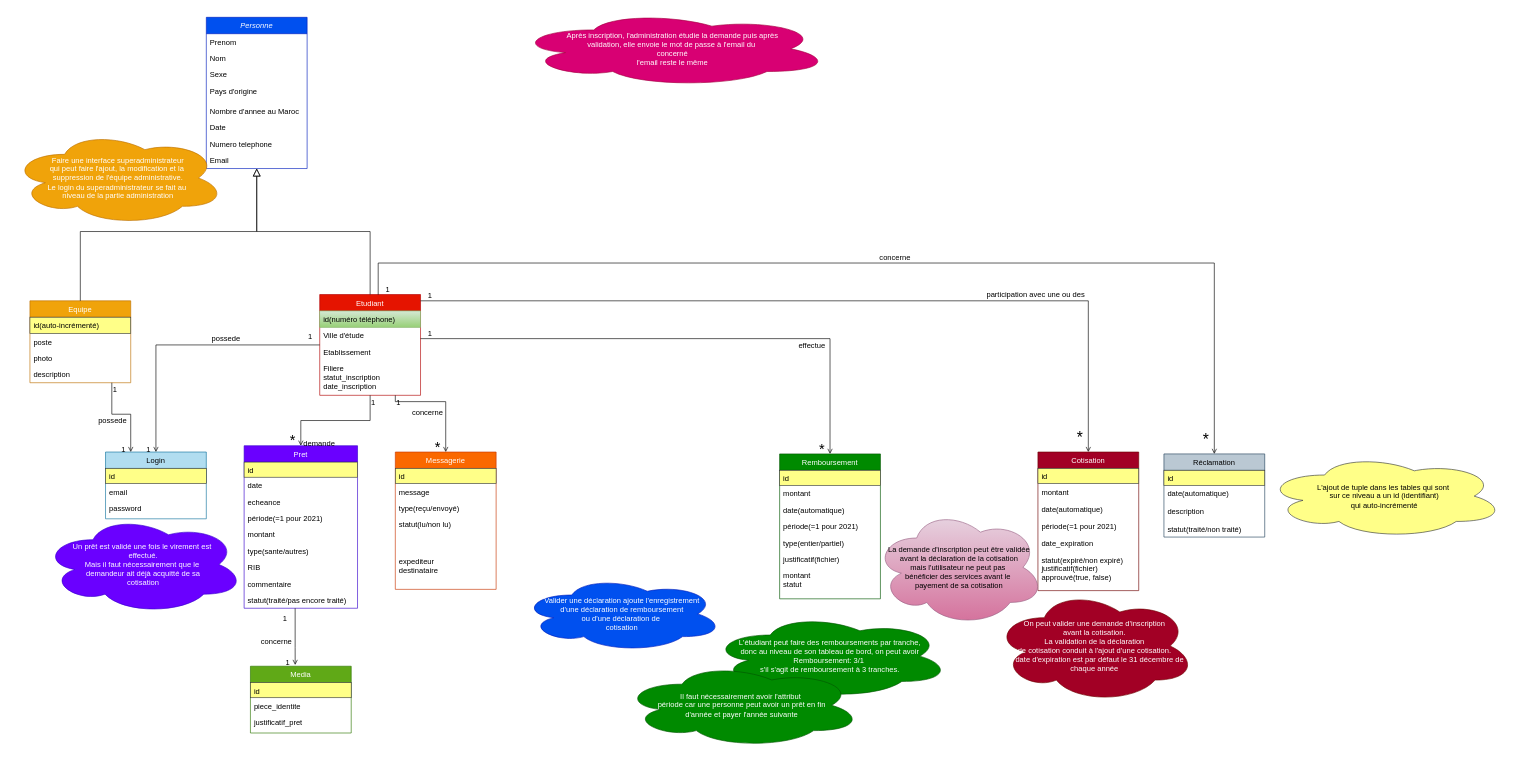
The draw.io diagram page "Page-1" (1 of 2) of draw.drawio in ambou-97/Sutura, before the edit. Source tidied: cells renumbered, new cells numbered last; positions are measured from the earlier drawing's top-left corner, leaving out a move shared by most shapes. Both pictures are drawn from the tidied source at 63%, with x=0, y=0 at pixel (11, 11).
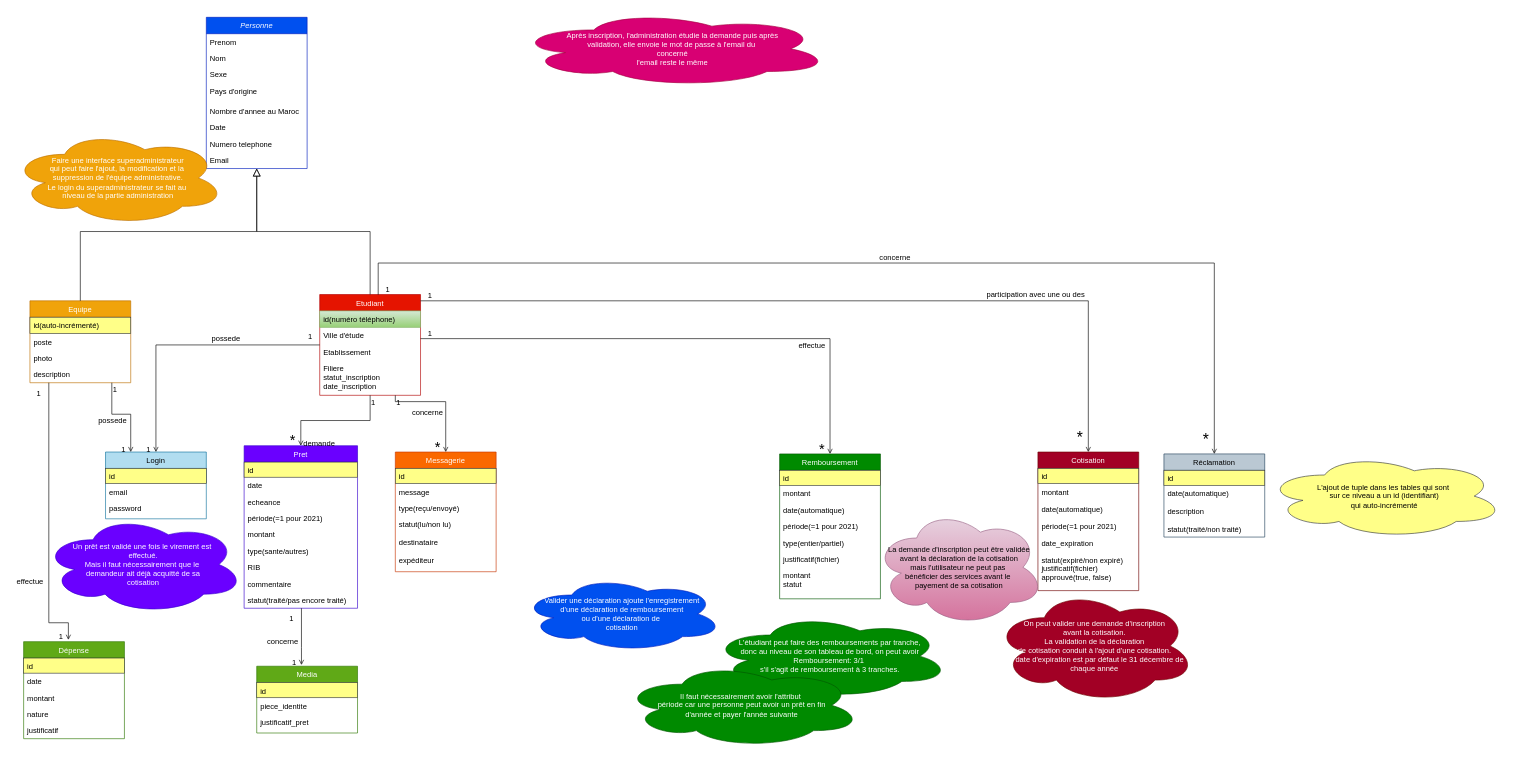
After the change.

Commit message:
Ajout de la classe dépenses

The change refers to these unchanged cells:
```xml
<mxCell id="21" value="description" style="text;align=left;verticalAlign=top;spacingLeft=4;spacingRight=4;overflow=hidden;points=[[0,0.5],[1,0.5]];portConstraint=eastwest;" parent="17" vertex="1">
  <mxGeometry y="104" width="160" height="26" as="geometry" />
</mxCell>
<mxCell id="34" value="Pret" style="swimlane;fontStyle=0;align=center;verticalAlign=top;horizontal=1;startSize=26;rounded=0;shadow=0;strokeWidth=1;fillColor=#6a00ff;strokeColor=#3700CC;fontColor=#ffffff;" parent="1" vertex="1">
  <mxGeometry x="370" y="690" width="180" height="258" as="geometry" />
</mxCell>
```

The edit, as a diff of the source:
```diff
@@
     <mxCell id="57" value="Media" style="swimlane;fontStyle=0;align=center;verticalAlign=top;horizontal=1;startSize=26;rounded=0;shadow=0;strokeWidth=1;fillColor=#60a917;strokeColor=#2D7600;fontColor=#ffffff;" parent="1" vertex="1">
-      <mxGeometry x="380" y="1040" width="160" height="106" as="geometry" />
+      <mxGeometry x="390" y="1040" width="160" height="106" as="geometry" />
     </mxCell>
@@
-    <mxCell id="61" style="endArrow=open;shadow=0;strokeWidth=1;rounded=0;endFill=1;edgeStyle=elbowEdgeStyle;elbow=vertical;entryX=0.444;entryY=-0.019;entryDx=0;entryDy=0;entryPerimeter=0;" parent="1" edge="1" source="34" target="57">
+    <mxCell id="61" style="endArrow=open;shadow=0;strokeWidth=1;rounded=0;endFill=1;edgeStyle=elbowEdgeStyle;elbow=vertical;entryX=0.444;entryY=-0.019;entryDx=0;entryDy=0;entryPerimeter=0;" parent="1" edge="1" target="57">
       <mxGeometry x="0.5" y="41" relative="1" as="geometry">
+        <mxPoint x="461" y="948" as="sourcePoint" />
         <Array as="points">
-          <mxPoint x="451" y="1010" />
-          <mxPoint x="450" y="990" />
-          <mxPoint x="550" y="1180" />
+          <mxPoint x="461" y="1010" />
+          <mxPoint x="460" y="990" />
+          <mxPoint x="560" y="1180" />
         </Array>
         <mxPoint x="-40" y="32" as="offset" />
       </mxGeometry>
     </mxCell>
@@
     <mxCell id="65" value="Messagerie" style="swimlane;fontStyle=0;align=center;verticalAlign=top;horizontal=1;startSize=26;rounded=0;shadow=0;strokeWidth=1;fillColor=#fa6800;strokeColor=#C73500;fontColor=#ffffff;" parent="1" vertex="1">
-      <mxGeometry x="610" y="700" width="160" height="218" as="geometry" />
+      <mxGeometry x="610" y="700" width="160" height="190" as="geometry" />
     </mxCell>
@@
     <mxCell id="69" value="statut(lu/non lu)" style="text;align=left;verticalAlign=top;spacingLeft=4;spacingRight=4;overflow=hidden;rounded=0;shadow=0;html=0;" parent="65" vertex="1">
-      <mxGeometry y="102" width="160" height="58" as="geometry" />
+      <mxGeometry y="102" width="160" height="28" as="geometry" />
     </mxCell>
-    <mxCell id="70" value="expediteur&#10;destinataire&#10;" style="text;align=left;verticalAlign=top;spacingLeft=4;spacingRight=4;overflow=hidden;rounded=0;shadow=0;html=0;" parent="65" vertex="1">
-      <mxGeometry y="160" width="160" height="58" as="geometry" />
-    </mxCell>
+    <mxCell id="108" value="destinataire" style="text;align=left;verticalAlign=top;spacingLeft=4;spacingRight=4;overflow=hidden;rounded=0;shadow=0;html=0;" parent="65" vertex="1">
+      <mxGeometry y="130" width="160" height="28" as="geometry" />
+    </mxCell>
+    <mxCell id="109" value="expéditeur" style="text;align=left;verticalAlign=top;spacingLeft=4;spacingRight=4;overflow=hidden;rounded=0;shadow=0;html=0;" parent="65" vertex="1">
+      <mxGeometry y="158" width="160" height="28" as="geometry" />
+    </mxCell>
@@
+    <mxCell id="110" value="Dépense" style="swimlane;fontStyle=0;align=center;verticalAlign=top;horizontal=1;startSize=26;rounded=0;shadow=0;strokeWidth=1;fillColor=#60a917;strokeColor=#2D7600;fontColor=#ffffff;" parent="1" vertex="1">
+      <mxGeometry x="20" y="1001" width="160" height="154" as="geometry" />
+    </mxCell>
+    <mxCell id="111" value="id" style="text;align=left;verticalAlign=top;spacingLeft=4;spacingRight=4;overflow=hidden;fillColor=#ffff88;strokeColor=#36393d;" parent="110" vertex="1">
+      <mxGeometry y="26" width="160" height="24" as="geometry" />
+    </mxCell>
+    <mxCell id="112" value="date" style="text;align=left;verticalAlign=top;spacingLeft=4;spacingRight=4;overflow=hidden;rounded=0;shadow=0;html=0;" parent="110" vertex="1">
+      <mxGeometry y="50" width="160" height="26" as="geometry" />
+    </mxCell>
+    <mxCell id="113" value="montant" style="text;align=left;verticalAlign=top;spacingLeft=4;spacingRight=4;overflow=hidden;rounded=0;shadow=0;html=0;" parent="110" vertex="1">
+      <mxGeometry y="76" width="160" height="26" as="geometry" />
+    </mxCell>
+    <mxCell id="114" value="nature" style="text;align=left;verticalAlign=top;spacingLeft=4;spacingRight=4;overflow=hidden;rounded=0;shadow=0;html=0;" parent="110" vertex="1">
+      <mxGeometry y="102" width="160" height="26" as="geometry" />
+    </mxCell>
+    <mxCell id="115" value="justificatif" style="text;align=left;verticalAlign=top;spacingLeft=4;spacingRight=4;overflow=hidden;rounded=0;shadow=0;html=0;" parent="110" vertex="1">
+      <mxGeometry y="128" width="160" height="26" as="geometry" />
+    </mxCell>
+    <mxCell id="116" style="endArrow=open;shadow=0;strokeWidth=1;rounded=0;endFill=1;edgeStyle=elbowEdgeStyle;elbow=vertical;entryX=0.444;entryY=-0.019;entryDx=0;entryDy=0;entryPerimeter=0;" parent="1" edge="1" source="21" target="110">
+      <mxGeometry x="0.5" y="41" relative="1" as="geometry">
+        <Array as="points">
+          <mxPoint x="60" y="971" />
+          <mxPoint x="90" y="951" />
+          <mxPoint x="190" y="1141" />
+        </Array>
+        <mxPoint x="-40" y="32" as="offset" />
+      </mxGeometry>
+    </mxCell>
+    <mxCell id="117" value="1" style="align=left;verticalAlign=bottom;labelBackgroundColor=none;fontSize=12;" parent="116" vertex="1">
+      <mxGeometry x="-1" relative="1" as="geometry">
+        <mxPoint x="-21" y="25" as="offset" />
+      </mxGeometry>
+    </mxCell>
+    <mxCell id="118" value="1" style="align=right;verticalAlign=bottom;labelBackgroundColor=none;fontSize=12;" parent="116" vertex="1">
+      <mxGeometry x="1" relative="1" as="geometry">
+        <mxPoint x="-7" y="4" as="offset" />
+      </mxGeometry>
+    </mxCell>
+    <mxCell id="119" value="effectue" style="text;html=1;align=center;verticalAlign=middle;labelBackgroundColor=none;rounded=0;shadow=0;strokeWidth=1;fontSize=12;" parent="116" vertex="1">
+      <mxGeometry x="0.5" y="49" relative="1" as="geometry">
+        <mxPoint x="-80" y="-14" as="offset" />
+      </mxGeometry>
+    </mxCell>
```
